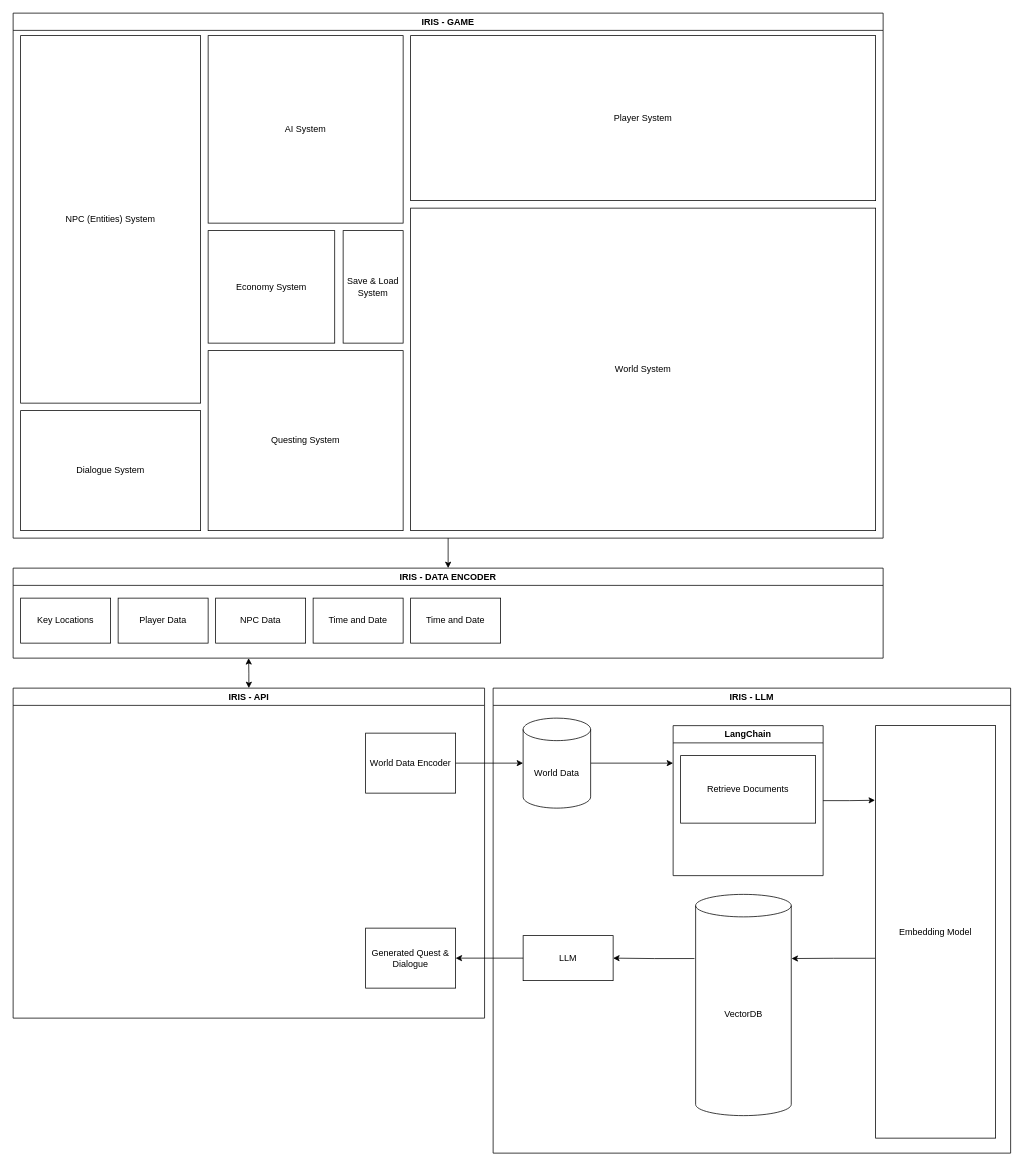
crimson-rain/iris keeps this draw.io diagram as docs/iris-high_level_architecture.drawio. Above is the earlier version. Source tidied: cells renumbered, new cells numbered last; positions are measured from the earlier drawing's top-left corner, leaving out a move shared by most shapes. Both pictures are drawn from the tidied source at 75%, with x=0, y=0 at pixel (13, 13).
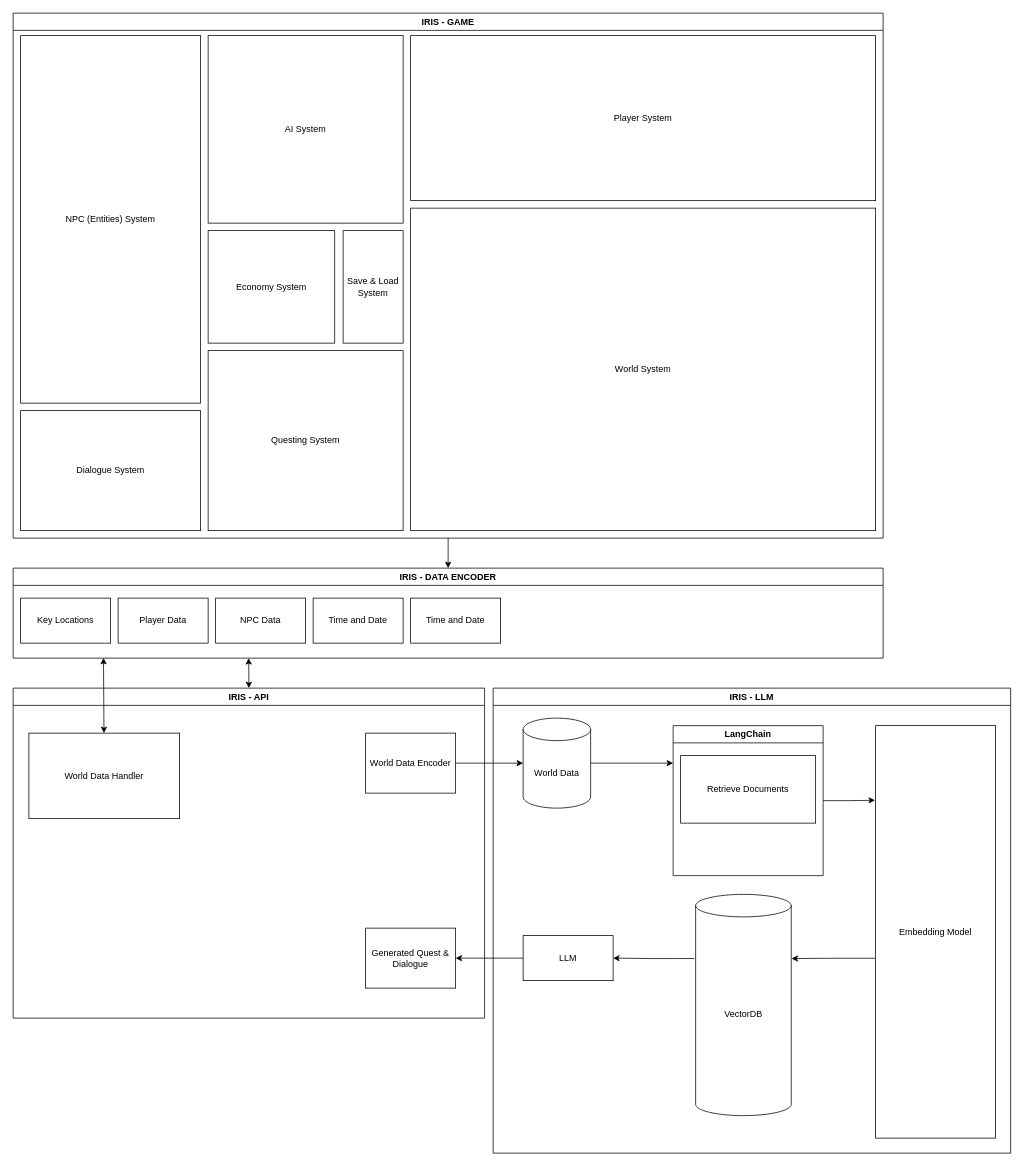
Above is the later version.

Commit message (it also covers changes not shown here):
Modified and High Level Architecture

The change refers to these unchanged cells:
```xml
<mxCell id="13" value="&lt;div&gt;IRIS - API&lt;/div&gt;" style="swimlane;whiteSpace=wrap;html=1;" parent="1" vertex="1">
  <mxGeometry y="900" width="628.6" height="440" as="geometry" />
</mxCell>
```

What changed in the source:
```diff
@@
+    <mxCell id="35" value="World Data Handler" style="rounded=0;whiteSpace=wrap;html=1;" parent="13" vertex="1">
+      <mxGeometry x="21" y="60" width="201" height="114" as="geometry" />
+    </mxCell>
@@
+    <mxCell id="36" style="edgeStyle=none;html=1;startArrow=classic;startFill=1;" parent="1" edge="1" source="35">
+      <mxGeometry relative="1" as="geometry">
+        <mxPoint x="120.5" y="859.7" as="targetPoint" />
+      </mxGeometry>
+    </mxCell>
```
